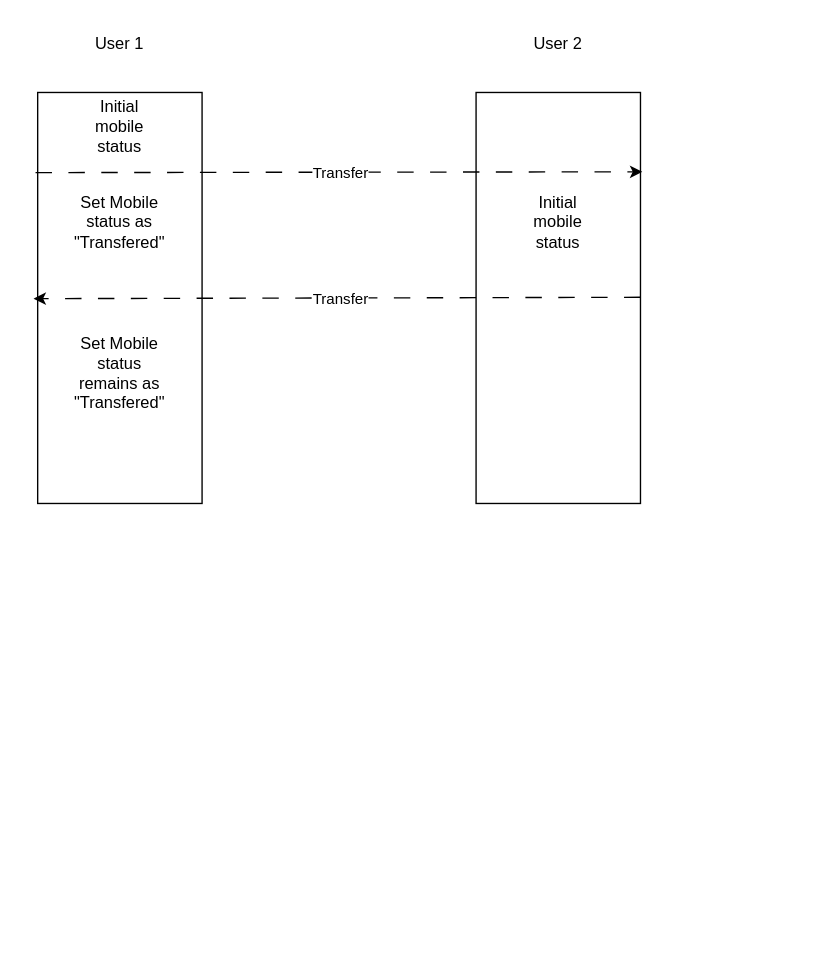
Above: Untitled Diagram.drawio in deusvalen/Anroid3_4 (draw.io), before the change. Source tidied: cells renumbered, new cells numbered last; positions are measured from the earlier drawing's top-left corner, leaving out a move shared by most shapes. Both pictures are drawn from the tidied source at 137%, with x=0, y=0 at pixel (33, 23).
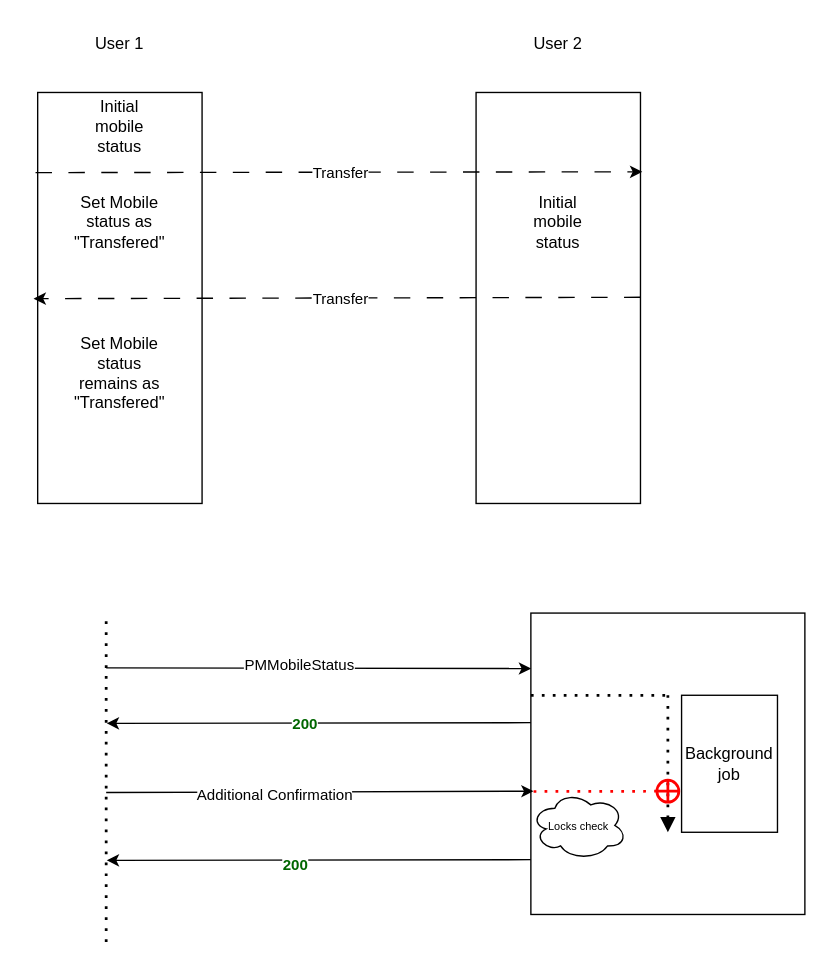
Above is the later version.

Diff of the diagram source:
```diff
@@
+    <mxCell id="14" style="rounded=0;whiteSpace=wrap;html=1;" parent="1" vertex="1">
+      <mxGeometry x="363" y="430" width="200" height="220" as="geometry" />
+    </mxCell>
+    <mxCell id="15" style="endArrow=none;dashed=1;html=1;dashPattern=1 3;strokeWidth=2;rounded=0;" parent="1" edge="1">
+      <mxGeometry relative="1" as="geometry">
+        <mxPoint x="53" y="670" as="sourcePoint" />
+        <mxPoint x="53" y="430" as="targetPoint" />
+      </mxGeometry>
+    </mxCell>
+    <mxCell id="16" style="endArrow=classic;html=1;rounded=0;entryX=0.001;entryY=0.184;entryDx=0;entryDy=0;entryPerimeter=0;" parent="1" edge="1" target="14">
+      <mxGeometry relative="1" as="geometry">
+        <mxPoint x="53" y="470" as="sourcePoint" />
+      </mxGeometry>
+    </mxCell>
+    <mxCell id="17" value="PMMobileStatus" style="edgeLabel;html=1;align=center;verticalAlign=middle;" parent="16" vertex="1">
+      <mxGeometry x="-0.1" y="3" relative="1" as="geometry" />
+    </mxCell>
+    <mxCell id="18" style="endArrow=classic;html=1;rounded=0;exitX=-0.002;exitY=0.265;exitDx=0;exitDy=0;exitPerimeter=0;" parent="1" edge="1">
+      <mxGeometry relative="1" as="geometry">
+        <mxPoint x="363" y="610" as="sourcePoint" />
+        <mxPoint x="53.4" y="610.5" as="targetPoint" />
+      </mxGeometry>
+    </mxCell>
+    <mxCell id="19" value="200" style="edgeLabel;html=1;align=center;verticalAlign=middle;fontColor=#006600;fontStyle=1;" parent="18" vertex="1">
+      <mxGeometry x="0.12" y="3" relative="1" as="geometry" />
+    </mxCell>
+    <mxCell id="20" style="endArrow=classic;html=1;rounded=0;entryX=0.009;entryY=0.131;entryDx=0;entryDy=0;entryPerimeter=0;" parent="1" edge="1">
+      <mxGeometry relative="1" as="geometry">
+        <mxPoint x="53" y="561" as="sourcePoint" />
+        <mxPoint x="365" y="560" as="targetPoint" />
+      </mxGeometry>
+    </mxCell>
+    <mxCell id="21" value="Additional Confirmation" style="edgeLabel;html=1;align=center;verticalAlign=middle;" parent="20" vertex="1">
+      <mxGeometry x="-0.22" y="-2" relative="1" as="geometry" />
+    </mxCell>
+    <mxCell id="22" style="endArrow=classic;html=1;rounded=0;exitX=-0.002;exitY=0.265;exitDx=0;exitDy=0;exitPerimeter=0;" parent="1" edge="1">
+      <mxGeometry relative="1" as="geometry">
+        <mxPoint x="363" y="510" as="sourcePoint" />
+        <mxPoint x="53.4" y="510.5" as="targetPoint" />
+      </mxGeometry>
+    </mxCell>
+    <mxCell id="23" value="200" style="edgeLabel;html=1;align=center;verticalAlign=middle;fontColor=#006600;fontStyle=1;" parent="22" vertex="1">
+      <mxGeometry x="0.07" relative="1" as="geometry" />
+    </mxCell>
+    <mxCell id="24" value="Background job" style="rounded=0;whiteSpace=wrap;html=1;" parent="1" vertex="1">
+      <mxGeometry x="473" y="490" width="70" height="100" as="geometry" />
+    </mxCell>
+    <mxCell id="25" value="&lt;font style=&quot;font-size: 8px;&quot;&gt;Locks check&lt;/font&gt;" style="ellipse;shape=cloud;whiteSpace=wrap;html=1;" parent="1" vertex="1">
+      <mxGeometry x="363" y="560" width="70" height="50" as="geometry" />
+    </mxCell>
+    <mxCell id="26" style="endArrow=none;dashed=1;html=1;dashPattern=1 3;strokeWidth=2;rounded=0;startArrow=block;startFill=1;" parent="1" edge="1">
+      <mxGeometry relative="1" as="geometry">
+        <mxPoint x="463" y="590" as="sourcePoint" />
+        <mxPoint x="463" y="490" as="targetPoint" />
+      </mxGeometry>
+    </mxCell>
+    <mxCell id="27" style="endArrow=none;dashed=1;html=1;dashPattern=1 3;strokeWidth=2;rounded=0;" parent="1" edge="1">
+      <mxGeometry relative="1" as="geometry">
+        <mxPoint x="363" y="490" as="sourcePoint" />
+        <mxPoint x="463" y="490" as="targetPoint" />
+      </mxGeometry>
+    </mxCell>
+    <mxCell id="28" style="endArrow=none;dashed=1;html=1;dashPattern=1 3;strokeWidth=2;rounded=0;startArrow=circlePlus;startFill=0;entryX=0.006;entryY=0.592;entryDx=0;entryDy=0;entryPerimeter=0;strokeColor=#FF0000;" parent="1" edge="1" target="14">
+      <mxGeometry relative="1" as="geometry">
+        <mxPoint x="473" y="560" as="sourcePoint" />
+      </mxGeometry>
+    </mxCell>
```
